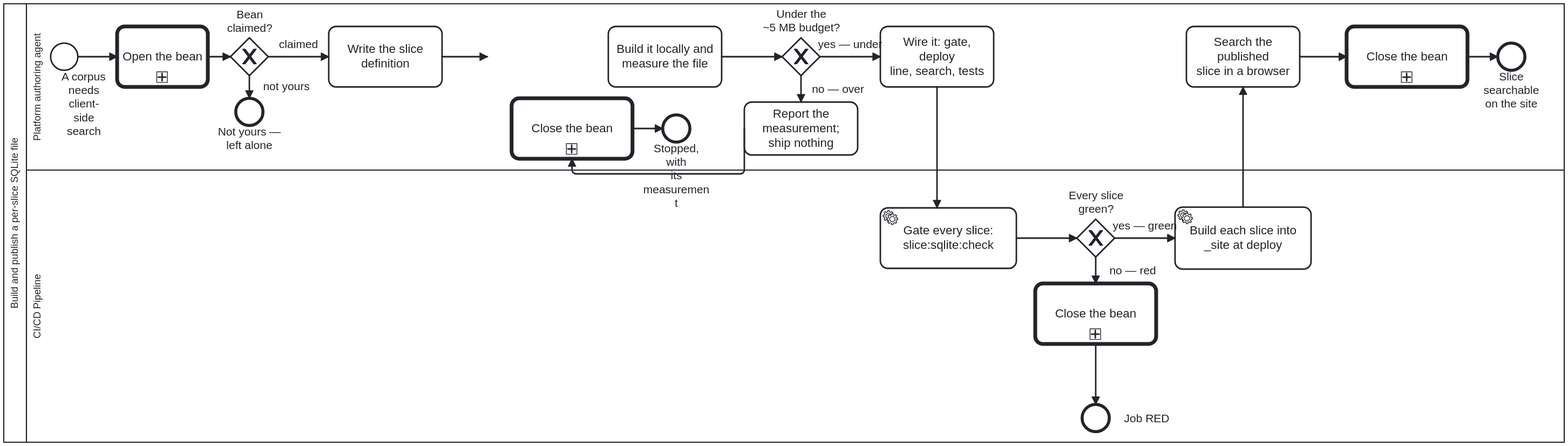
Earlier version of the BPMN export docs/assets/img/workflows/slice-sqlite-publish.svg (litlfred/cat-harness). Its source is kept beside it as processes/kg/slice-sqlite-publish.bpmn. Ids are renumbered.
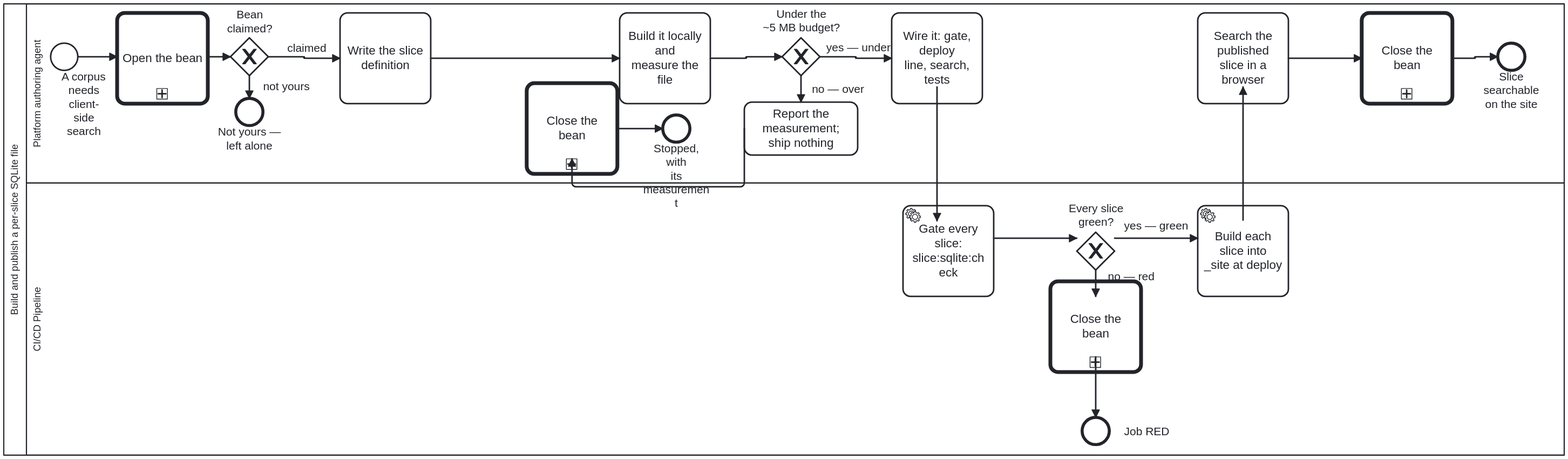
Later version of the same file.

Diff of the diagram source:
```diff
@@ -196,28 +196,28 @@
   <bpmndi:BPMNDiagram id="Diagram_Process_SliceSqlitePublish">
     <bpmndi:BPMNPlane id="Plane_Process_SliceSqlitePublish" bpmnElement="Collaboration_Process_SliceSqlitePublish">
       <bpmndi:BPMNShape id="Shape_Participant_Process_SliceSqlitePublish" bpmnElement="Participant_Process_SliceSqlitePublish" isHorizontal="true">
-        <dc:Bounds x="60" y="60" width="2065" height="580" />
+        <dc:Bounds x="60" y="60" width="2065" height="597" />
       </bpmndi:BPMNShape>
       <bpmndi:BPMNShape id="Shape_Lane_Author" bpmnElement="Lane_Author" isHorizontal="true">
-        <dc:Bounds x="90" y="60" width="2035" height="220" />
+        <dc:Bounds x="90" y="60" width="2035" height="237" />
       </bpmndi:BPMNShape>
       <bpmndi:BPMNShape id="Shape_Lane_Ci" bpmnElement="Lane_Ci" isHorizontal="true">
-        <dc:Bounds x="90" y="280" width="2035" height="360" />
+        <dc:Bounds x="90" y="297" width="2035" height="360" />
       </bpmndi:BPMNShape>
       <bpmndi:BPMNShape id="Shape_Start_Need" bpmnElement="Start_Need">
         <dc:Bounds x="122" y="112" width="36" height="36" />
-        <bpmndi:BPMNLabel><dc:Bounds x="120.68" y="147.5" width="90" height="89" /></bpmndi:BPMNLabel>
-      </bpmndi:BPMNShape>
+
+      <bpmndi:BPMNLabel><dc:Bounds x="120.68" y="147.5" width="90" height="89" /></bpmndi:BPMNLabel></bpmndi:BPMNShape>
       <bpmndi:BPMNShape id="Shape_A_Define" bpmnElement="A_Define">
-        <dc:Bounds x="490" y="90" width="150" height="80" />
+        <dc:Bounds x="505" y="72" width="120" height="120" />
       </bpmndi:BPMNShape>
       <bpmndi:BPMNShape id="Shape_A_Measure" bpmnElement="A_Measure">
-        <dc:Bounds x="860" y="90" width="150" height="80" />
+        <dc:Bounds x="875" y="72" width="120" height="120" />
       </bpmndi:BPMNShape>
       <bpmndi:BPMNShape id="Shape_GW_Budget" bpmnElement="GW_Budget" isMarkerVisible="true">
         <dc:Bounds x="1090" y="105" width="50" height="50" />
-        <bpmndi:BPMNLabel><dc:Bounds x="1047.5" y="65" width="135" height="36" /></bpmndi:BPMNLabel>
-      </bpmndi:BPMNShape>
+
+      <bpmndi:BPMNLabel><dc:Bounds x="1047.5" y="65" width="135" height="36" /></bpmndi:BPMNLabel></bpmndi:BPMNShape>
       <bpmndi:BPMNShape id="Shape_A_Report" bpmnElement="A_Report">
         <dc:Bounds x="1040" y="190" width="150" height="70" />
       </bpmndi:BPMNShape>
@@ -225,40 +225,48 @@
         <dc:Bounds x="932" y="207" width="36" height="36" />
       </bpmndi:BPMNShape>
       <bpmndi:BPMNShape id="Shape_A_Wire" bpmnElement="A_Wire">
-        <dc:Bounds x="1220" y="90" width="150" height="80" />
+        <dc:Bounds x="1235" y="72" width="120" height="120" />
       </bpmndi:BPMNShape>
       <bpmndi:BPMNShape id="Shape_A_Check" bpmnElement="A_Check">
-        <dc:Bounds x="1220" y="330" width="180" height="80" />
+        <dc:Bounds x="1250" y="327" width="120" height="120" />
       </bpmndi:BPMNShape>
       <bpmndi:BPMNShape id="Shape_GW_Green" bpmnElement="GW_Green" isMarkerVisible="true">
-        <dc:Bounds x="1480" y="345" width="50" height="50" />
+        <dc:Bounds x="1480" y="362" width="50" height="50" />
 
-      <bpmndi:BPMNLabel><dc:Bounds x="1460" y="305" width="90" height="36" /></bpmndi:BPMNLabel></bpmndi:BPMNShape>
+      <bpmndi:BPMNLabel><dc:Bounds x="1460" y="322" width="90" height="36" /></bpmndi:BPMNLabel></bpmndi:BPMNShape>
       <bpmndi:BPMNShape id="Shape_End_Red" bpmnElement="End_Red">
-        <dc:Bounds x="1487" y="590" width="36" height="36" />
+        <dc:Bounds x="1487" y="607" width="36" height="36" />
 
-      <bpmndi:BPMNLabel><dc:Bounds x="1527" y="599.5" width="90" height="17" /></bpmndi:BPMNLabel></bpmndi:BPMNShape>
+      <bpmndi:BPMNLabel><dc:Bounds x="1527" y="616.5" width="90" height="17" /></bpmndi:BPMNLabel></bpmndi:BPMNShape>
       <bpmndi:BPMNShape id="Shape_A_Deploy" bpmnElement="A_Deploy">
-        <dc:Bounds x="1610" y="329" width="180" height="82" />
+        <dc:Bounds x="1640" y="327" width="120" height="120" />
       </bpmndi:BPMNShape>
       <bpmndi:BPMNShape id="Shape_A_Verify" bpmnElement="A_Verify">
-        <dc:Bounds x="1625" y="90" width="150" height="80" />
+        <dc:Bounds x="1640" y="72" width="120" height="120" />
       </bpmndi:BPMNShape>
       <bpmndi:BPMNShape id="Shape_End_Shipped" bpmnElement="End_Shipped">
         <dc:Bounds x="2037" y="112" width="36" height="36" />
       </bpmndi:BPMNShape>
-      <bpmndi:BPMNEdge id="Edge_Flow_0" bpmnElement="Flow_0"><di:waypoint x="158" y="130"/><di:waypoint x="210" y="130"/></bpmndi:BPMNEdge>
+      <bpmndi:BPMNEdge id="Edge_Flow_0" bpmnElement="Flow_0">
+        <di:waypoint x="158" y="130" />
+        <di:waypoint x="210" y="130" />
+      </bpmndi:BPMNEdge>
       <bpmndi:BPMNEdge id="Edge_Flow_1" bpmnElement="Flow_1">
-        <di:waypoint x="640" y="130"/>
-        <di:waypoint x="700" y="130"/>
+        <di:waypoint x="625" y="132" />
+        <di:waypoint x="875" y="132" />
       </bpmndi:BPMNEdge>
       <bpmndi:BPMNEdge id="Edge_Flow_2" bpmnElement="Flow_2">
-        <di:waypoint x="1010" y="130" />
+        <di:waypoint x="995" y="132" />
+        <di:waypoint x="1042.5" y="132" />
+        <di:waypoint x="1042.5" y="130" />
         <di:waypoint x="1090" y="130" />
       </bpmndi:BPMNEdge>
       <bpmndi:BPMNEdge id="Edge_Flow_3" bpmnElement="Flow_3">
         <di:waypoint x="1140" y="130" />
-        <di:waypoint x="1220" y="130" />
+        <di:waypoint x="1187.5" y="130" />
+        <di:waypoint x="1187.5" y="132" />
+        <di:waypoint x="1235" y="132" />
+        <bpmndi:BPMNLabel><dc:Bounds x="1146" y="109" width="90" height="18" /></bpmndi:BPMNLabel>
       </bpmndi:BPMNEdge>
       <bpmndi:BPMNEdge id="Edge_Flow_4" bpmnElement="Flow_4">
         <di:waypoint x="1115" y="155" />
@@ -267,58 +275,69 @@
       </bpmndi:BPMNEdge>
       <bpmndi:BPMNEdge id="Edge_Flow_5" bpmnElement="Flow_5">
         <di:waypoint x="1040" y="225" />
-        <di:waypoint x="1040" y="285" />
-        <di:waypoint x="812" y="285" />
+        <di:waypoint x="1040" y="302" />
+        <di:waypoint x="812" y="302" />
         <di:waypoint x="812" y="265" />
       </bpmndi:BPMNEdge>
       <bpmndi:BPMNEdge id="Edge_Flow_6" bpmnElement="Flow_6">
         <di:waypoint x="1295" y="170" />
-        <di:waypoint x="1295" y="330" />
+        <di:waypoint x="1295" y="347" />
       </bpmndi:BPMNEdge>
       <bpmndi:BPMNEdge id="Edge_Flow_7" bpmnElement="Flow_7">
-        <di:waypoint x="1400" y="370" />
+        <di:waypoint x="1370" y="370" />
         <di:waypoint x="1480" y="370" />
       </bpmndi:BPMNEdge>
       <bpmndi:BPMNEdge id="Edge_Flow_8" bpmnElement="Flow_8">
         <di:waypoint x="1530" y="370" />
-        <di:waypoint x="1610" y="370" />
+        <di:waypoint x="1640" y="370" />
       </bpmndi:BPMNEdge>
       <bpmndi:BPMNEdge id="Edge_Flow_9" bpmnElement="Flow_9">
-        <di:waypoint x="1505" y="395" />
-        <di:waypoint x="1505" y="430" />
-        <bpmndi:BPMNLabel><dc:Bounds x="1509" y="404" width="90" height="17" /></bpmndi:BPMNLabel>
+        <di:waypoint x="1505" y="412" />
+        <di:waypoint x="1505" y="447" />
+        <bpmndi:BPMNLabel><dc:Bounds x="1507" y="411.5" width="90" height="17" /></bpmndi:BPMNLabel>
       </bpmndi:BPMNEdge>
       <bpmndi:BPMNEdge id="Edge_Flow_10" bpmnElement="Flow_10">
-        <di:waypoint x="1700" y="329" />
+        <di:waypoint x="1700" y="346" />
         <di:waypoint x="1700" y="170" />
       </bpmndi:BPMNEdge>
       <bpmndi:BPMNEdge id="Edge_Flow_11" bpmnElement="Flow_11">
-        <di:waypoint x="1775" y="130" />
-        <di:waypoint x="1837" y="130" />
+        <di:waypoint x="1760" y="132" />
+        <di:waypoint x="1857" y="132" />
       </bpmndi:BPMNEdge>
-      <bpmndi:BPMNShape id="Call_BeanOpen_di" bpmnElement="Call_BeanOpen"><dc:Bounds x="210" y="90" width="120" height="80" /></bpmndi:BPMNShape>
-      <bpmndi:BPMNEdge id="SF_Bean_1_di" bpmnElement="SF_Bean_1"><di:waypoint x="410" y="130"/><di:waypoint x="490" y="130"/></bpmndi:BPMNEdge>
+      <bpmndi:BPMNShape id="Call_BeanOpen_di" bpmnElement="Call_BeanOpen"><dc:Bounds x="210" y="72" width="120" height="120" /></bpmndi:BPMNShape>
+      <bpmndi:BPMNEdge id="SF_Bean_1_di" bpmnElement="SF_Bean_1">
+        <di:waypoint x="410" y="130" />
+        <di:waypoint x="457.5" y="130" />
+        <di:waypoint x="457.5" y="132" />
+        <di:waypoint x="505" y="132" />
+        <bpmndi:BPMNLabel><dc:Bounds x="416" y="110" width="90" height="17" /></bpmndi:BPMNLabel>
+      </bpmndi:BPMNEdge>
       <bpmndi:BPMNShape id="GW_BeanYours_di" bpmnElement="GW_BeanYours" isMarkerVisible="true"><dc:Bounds x="360" y="105" width="50" height="50" />
 
       <bpmndi:BPMNLabel><dc:Bounds x="340" y="66" width="90" height="35" /></bpmndi:BPMNLabel></bpmndi:BPMNShape>
       <bpmndi:BPMNShape id="End_BeanNotYours_di" bpmnElement="End_BeanNotYours"><dc:Bounds x="367" y="185" width="36" height="36" /></bpmndi:BPMNShape>
-      <bpmndi:BPMNEdge id="SF_Bean_2_di" bpmnElement="SF_Bean_2"><di:waypoint x="330" y="130"/><di:waypoint x="360" y="130"/></bpmndi:BPMNEdge>
+      <bpmndi:BPMNEdge id="SF_Bean_2_di" bpmnElement="SF_Bean_2">
+        <di:waypoint x="330" y="130" />
+        <di:waypoint x="360" y="130" />
+      </bpmndi:BPMNEdge>
       <bpmndi:BPMNEdge id="SF_Bean_3_di" bpmnElement="SF_Bean_3"><di:waypoint x="385" y="155"/><di:waypoint x="385" y="185"/>
         <bpmndi:BPMNLabel><dc:Bounds x="389" y="161" width="90" height="18" /></bpmndi:BPMNLabel>
       </bpmndi:BPMNEdge>
-      <bpmndi:BPMNShape id="Call_BeanClose_di" bpmnElement="Call_BeanClose"><dc:Bounds x="1425" y="430" width="160" height="80" /></bpmndi:BPMNShape>
+      <bpmndi:BPMNShape id="Call_BeanClose_di" bpmnElement="Call_BeanClose"><dc:Bounds x="1445" y="427" width="120" height="120" /></bpmndi:BPMNShape>
       <bpmndi:BPMNEdge id="SF_Bean_4_di" bpmnElement="SF_Bean_4">
-        <di:waypoint x="1505" y="510" />
-        <di:waypoint x="1505" y="590" />
+        <di:waypoint x="1505" y="527" />
+        <di:waypoint x="1505" y="607" />
       </bpmndi:BPMNEdge>
-      <bpmndi:BPMNShape id="Call_BeanClose_2_di" bpmnElement="Call_BeanClose_2"><dc:Bounds x="1837" y="90" width="160" height="80" /></bpmndi:BPMNShape>
+      <bpmndi:BPMNShape id="Call_BeanClose_2_di" bpmnElement="Call_BeanClose_2"><dc:Bounds x="1857" y="72" width="120" height="120" /></bpmndi:BPMNShape>
       <bpmndi:BPMNEdge id="SF_Bean_5_di" bpmnElement="SF_Bean_5">
-        <di:waypoint x="1997" y="130" />
+        <di:waypoint x="1977" y="132" />
+        <di:waypoint x="2007" y="132" />
+        <di:waypoint x="2007" y="130" />
         <di:waypoint x="2037" y="130" />
       </bpmndi:BPMNEdge>
-      <bpmndi:BPMNShape id="Call_BeanClose_3_di" bpmnElement="Call_BeanClose_3"><dc:Bounds x="732" y="185" width="160" height="80" /></bpmndi:BPMNShape>
+      <bpmndi:BPMNShape id="Call_BeanClose_3_di" bpmnElement="Call_BeanClose_3"><dc:Bounds x="752" y="165" width="120" height="120" /></bpmndi:BPMNShape>
       <bpmndi:BPMNEdge id="SF_Bean_6_di" bpmnElement="SF_Bean_6">
-        <di:waypoint x="892" y="225" />
+        <di:waypoint x="872" y="225" />
         <di:waypoint x="932" y="225" />
       </bpmndi:BPMNEdge>
     </bpmndi:BPMNPlane>
```
